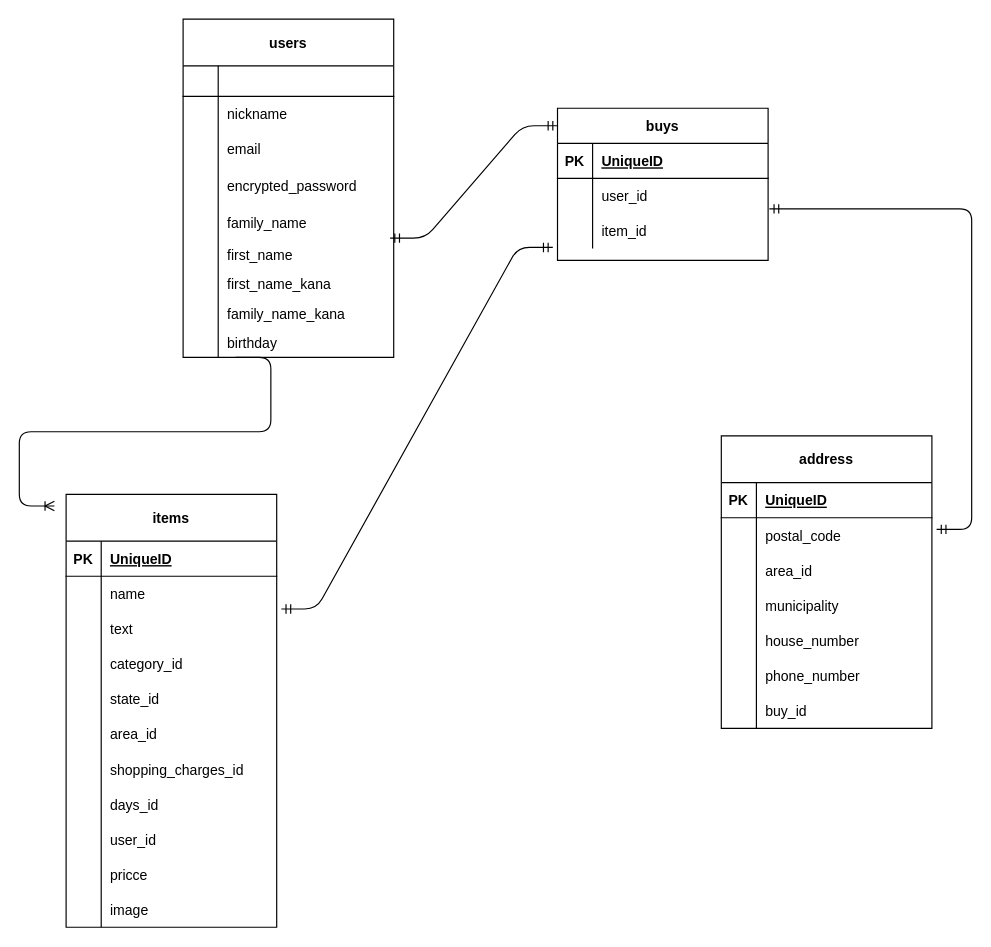
Above: test.dio in noah1216/furima-33511 (draw.io), before the change. Source tidied: cells renumbered, new cells numbered last; positions are measured from the earlier drawing's top-left corner, leaving out a move shared by most shapes. Both pictures are drawn from the tidied source at 117%, with x=0, y=0 at pixel (54, 19).
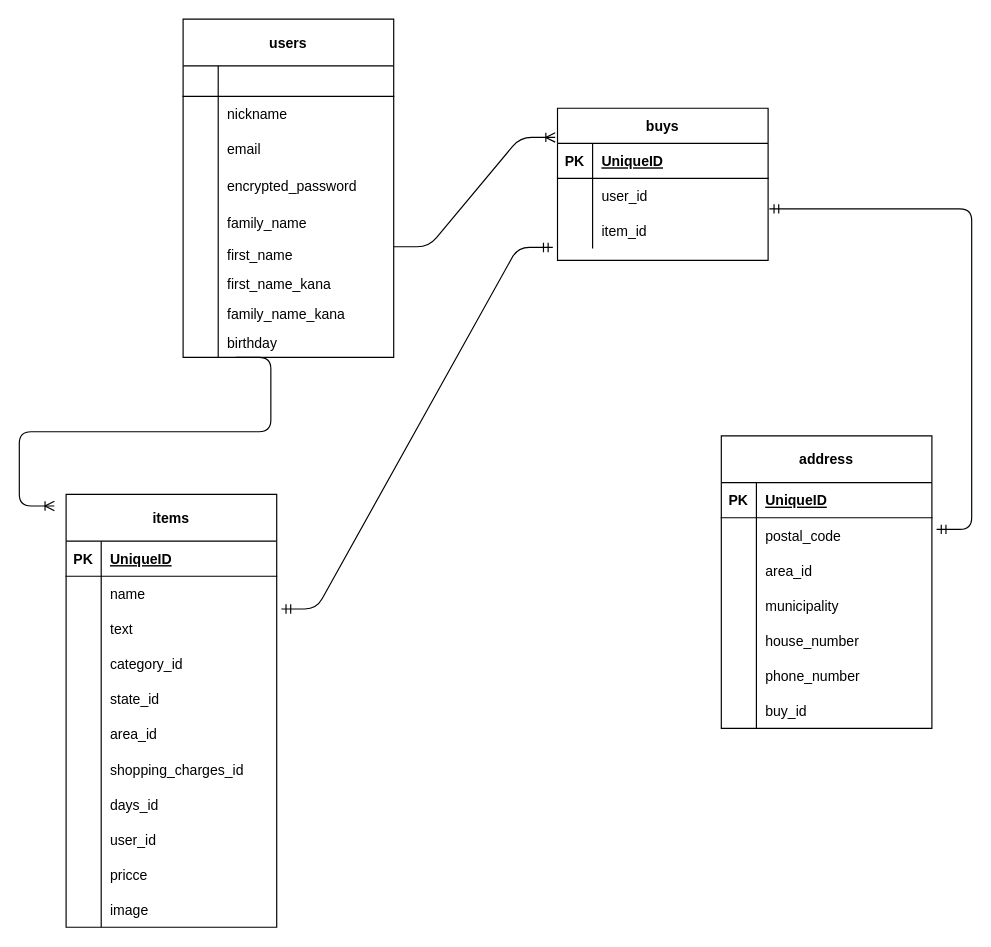
After the change.

The change refers to these unchanged cells:
```xml
<mxCell id="40" style="shape=partialRectangle;fillColor=none;top=0;left=0;bottom=0;right=0;points=[[0,0.5],[1,0.5]];portConstraint=eastwest;" parent="24" vertex="1">
  <mxGeometry y="189" width="180" height="25" as="geometry" />
</mxCell>
<mxCell id="86" value="buys" style="shape=table;startSize=30;childLayout=tableLayout;rowLines=0;fontStyle=1;align=center;" parent="1" vertex="1">
  <mxGeometry x="430" y="76" width="180" height="130" as="geometry" />
</mxCell>
```

What changed in the source:
```diff
@@
-    <mxCell id="99" style="edgeStyle=entityRelationEdgeStyle;fontSize=12;html=1;endArrow=ERmandOne;startArrow=ERmandOne;exitX=0.983;exitY=-0.07;exitDx=0;exitDy=0;exitPerimeter=0;" parent="1" edge="1" source="40">
-      <mxGeometry relative="1" as="geometry">
-        <mxPoint x="430" y="91" as="targetPoint" />
-      </mxGeometry>
-    </mxCell>
+    <mxCell id="100" style="edgeStyle=entityRelationEdgeStyle;fontSize=12;html=1;endArrow=ERoneToMany;entryX=-0.011;entryY=0.192;entryDx=0;entryDy=0;entryPerimeter=0;" parent="1" edge="1" target="86">
+      <mxGeometry relative="1" as="geometry">
+        <mxPoint x="290" y="194.4" as="sourcePoint" />
+      </mxGeometry>
+    </mxCell>
```
